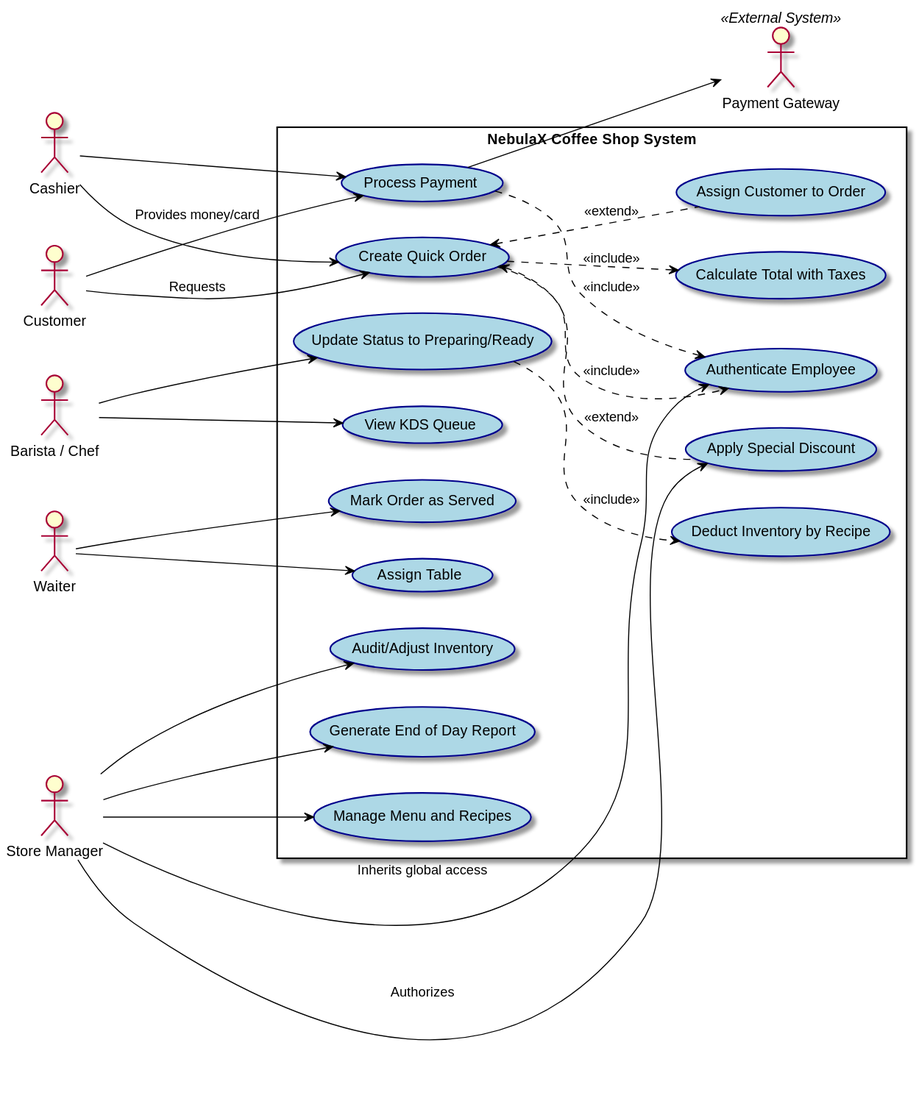
Earlier version of the PlantUML export out/04UMLDiagrams/01UseCases/UseCases/UseCases.svg (Kvn-yx/MKA-Programming). Its diagram source:
```plantuml
@startuml
left to right direction
skinparam packageStyle rectangle
skinparam usecase {
  BackgroundColor LightBlue
  BorderColor DarkBlue
  ArrowColor Black
}

actor "Cashier" as Cashier
actor "Barista / Chef" as Barista
actor "Waiter" as Waiter
actor "Store Manager" as Manager
actor "Customer" as Customer
actor "Payment Gateway" as PaymentGateway <<External System>>

rectangle "NebulaX Coffee Shop System" {

  usecase "Authenticate Employee" as UC_Auth

  usecase "Create Quick Order" as UC_CreateOrder
  usecase "Assign Customer to Order" as UC_AssignCustomer
  usecase "Calculate Total with Taxes" as UC_CalcTotal
  usecase "Apply Special Discount" as UC_Discount
  usecase "Process Payment" as UC_Payment

  usecase "View KDS Queue" as UC_ViewQueue
  usecase "Update Status to Preparing/Ready" as UC_Prepare
  usecase "Deduct Inventory by Recipe" as UC_DeductInv

  usecase "Assign Table" as UC_AssignTable
  usecase "Mark Order as Served" as UC_Serve

  usecase "Manage Menu and Recipes" as UC_ManageMenu
  usecase "Audit/Adjust Inventory" as UC_AuditInv
  usecase "Generate End of Day Report" as UC_EndOfDay
}

Cashier --> UC_CreateOrder
Cashier --> UC_Payment

UC_CreateOrder ..> UC_Auth : <<include>>
UC_CreateOrder ..> UC_CalcTotal : <<include>>
UC_AssignCustomer .up.> UC_CreateOrder : <<extend>>
UC_Discount .up.> UC_CreateOrder : <<extend>>
UC_Payment ..> UC_Auth : <<include>>

UC_Payment --> PaymentGateway

Barista --> UC_ViewQueue
Barista --> UC_Prepare
UC_Prepare ..> UC_DeductInv : <<include>>

Waiter --> UC_AssignTable
Waiter --> UC_Serve

Manager --> UC_ManageMenu
Manager --> UC_AuditInv
Manager --> UC_EndOfDay
Manager --> UC_Discount : Authorizes
Manager --> UC_Auth : Inherits global access

Customer --> UC_CreateOrder : Requests
Customer --> UC_Payment : Provides money/card

@enduml
```
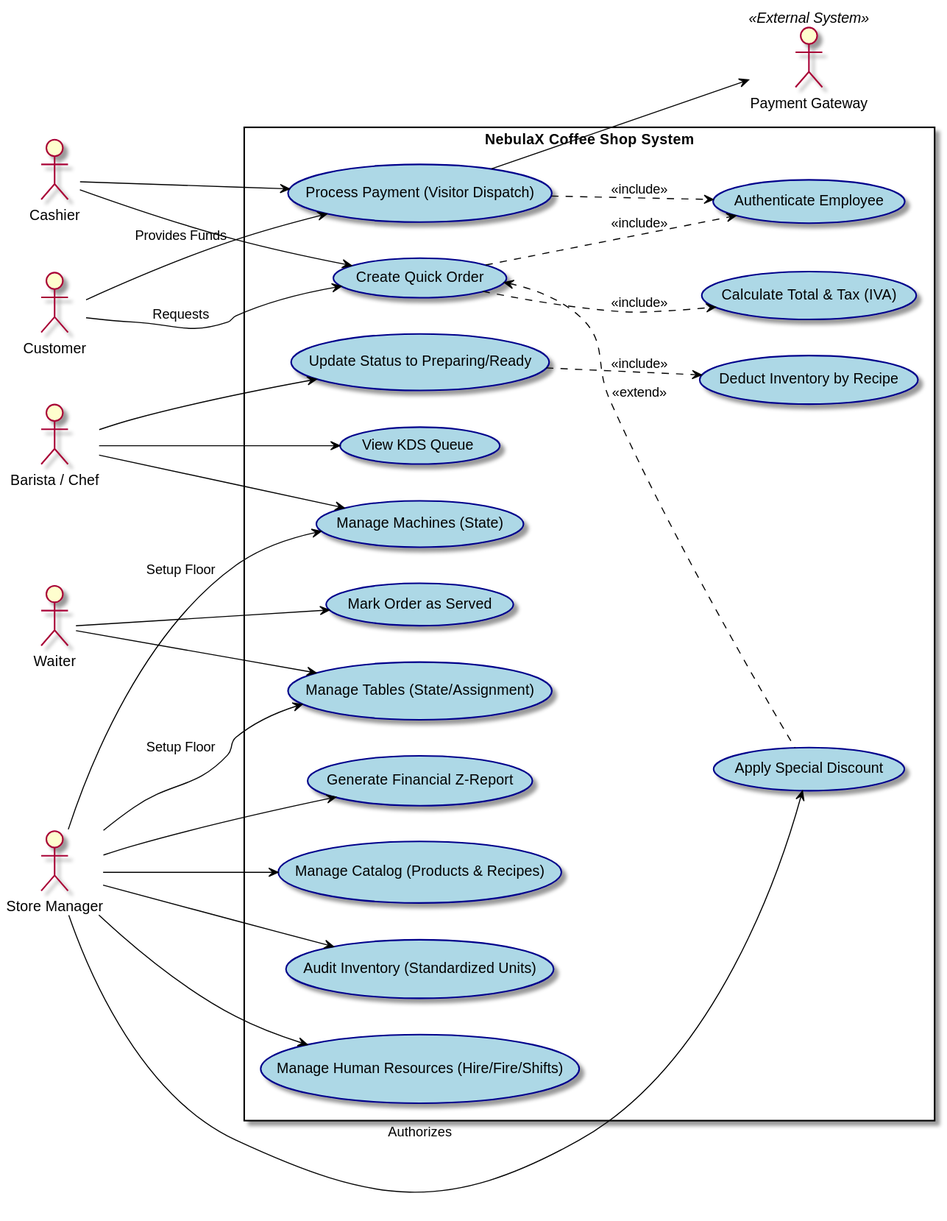
The same diagram one commit later.

The edit, as a diff of the source:
```diff
@@ -19,21 +19,22 @@
   usecase "Authenticate Employee" as UC_Auth
 
   usecase "Create Quick Order" as UC_CreateOrder
-  usecase "Assign Customer to Order" as UC_AssignCustomer
-  usecase "Calculate Total with Taxes" as UC_CalcTotal
+  usecase "Calculate Total & Tax (IVA)" as UC_CalcTotal
   usecase "Apply Special Discount" as UC_Discount
-  usecase "Process Payment" as UC_Payment
+  usecase "Process Payment (Visitor Dispatch)" as UC_Payment
 
   usecase "View KDS Queue" as UC_ViewQueue
   usecase "Update Status to Preparing/Ready" as UC_Prepare
   usecase "Deduct Inventory by Recipe" as UC_DeductInv
 
-  usecase "Assign Table" as UC_AssignTable
+  usecase "Manage Tables (State/Assignment)" as UC_ManageTables
+  usecase "Manage Machines (State)" as UC_ManageMachines
   usecase "Mark Order as Served" as UC_Serve
 
-  usecase "Manage Menu and Recipes" as UC_ManageMenu
-  usecase "Audit/Adjust Inventory" as UC_AuditInv
-  usecase "Generate End of Day Report" as UC_EndOfDay
+  usecase "Manage Catalog (Products & Recipes)" as UC_ManageMenu
+  usecase "Audit Inventory (Standardized Units)" as UC_AuditInv
+  usecase "Manage Human Resources (Hire/Fire/Shifts)" as UC_ManageHR
+  usecase "Generate Financial Z-Report" as UC_EndOfDay
 }
 
 Cashier --> UC_CreateOrder
@@ -41,7 +42,6 @@
 
 UC_CreateOrder ..> UC_Auth : <<include>>
 UC_CreateOrder ..> UC_CalcTotal : <<include>>
-UC_AssignCustomer .up.> UC_CreateOrder : <<extend>>
 UC_Discount .up.> UC_CreateOrder : <<extend>>
 UC_Payment ..> UC_Auth : <<include>>
 
@@ -49,18 +49,21 @@
 
 Barista --> UC_ViewQueue
 Barista --> UC_Prepare
+Barista --> UC_ManageMachines
 UC_Prepare ..> UC_DeductInv : <<include>>
 
-Waiter --> UC_AssignTable
+Waiter --> UC_ManageTables
 Waiter --> UC_Serve
 
 Manager --> UC_ManageMenu
 Manager --> UC_AuditInv
+Manager --> UC_ManageHR
 Manager --> UC_EndOfDay
 Manager --> UC_Discount : Authorizes
-Manager --> UC_Auth : Inherits global access
+Manager --> UC_ManageTables : Setup Floor
+Manager --> UC_ManageMachines : Setup Floor
 
 Customer --> UC_CreateOrder : Requests
-Customer --> UC_Payment : Provides money/card
+Customer --> UC_Payment : Provides Funds
 
 @enduml
```
